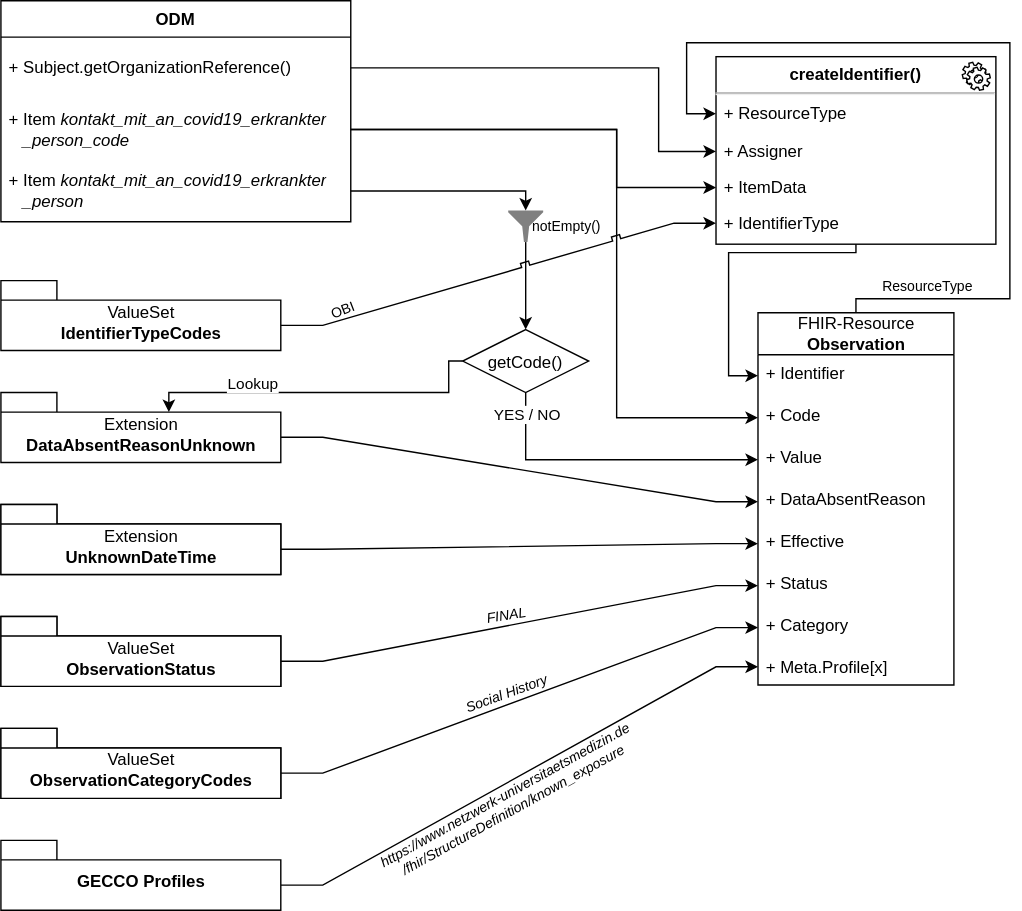
This is docs/diagrams/svg/epidemiological_factors/KnownExposure.svg from num-codex/odm2fhir, a draw.io export, as it was before one commit. Source tidied: cells renumbered, new cells last; positions are measured from the earlier drawing's top-left corner, leaving out a move shared by most shapes.
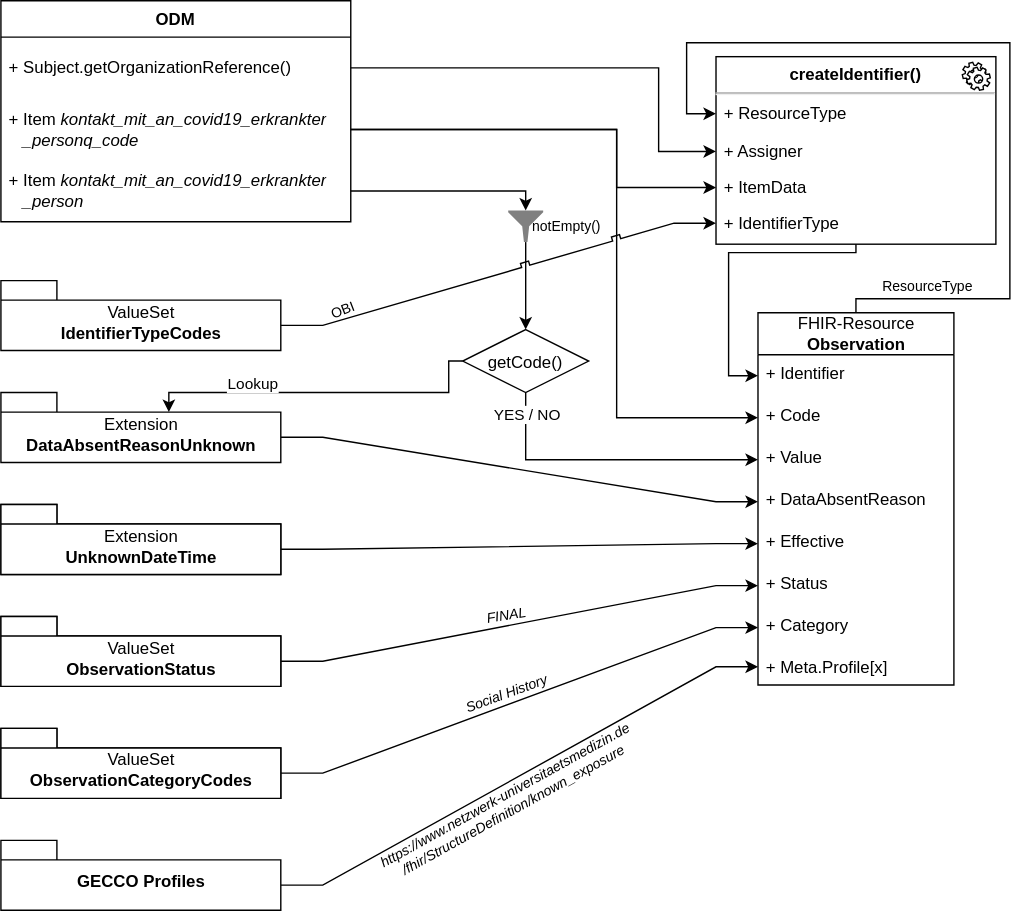
After the change.

Change to the diagram source:
```diff
@@ -65,7 +65,7 @@
     <mxCell id="18" value="+ Subject.getOrganizationReference()" style="text;strokeColor=none;fillColor=none;align=left;verticalAlign=middle;spacingLeft=4;spacingRight=4;overflow=hidden;points=[[0,0.5],[1,0.5]];portConstraint=eastwest;fontStyle=0;whiteSpace=wrap;html=1;" parent="17" vertex="1">
       <mxGeometry y="26" width="250" height="44" as="geometry" />
     </mxCell>
-    <mxCell id="19" value="+ Item&amp;nbsp;&lt;i&gt;kontakt_mit_an_covid19_erkrankter&lt;br&gt;&amp;nbsp; &amp;nbsp;_person&lt;/i&gt;&lt;i&gt;_code&lt;/i&gt;" style="text;strokeColor=none;fillColor=none;align=left;verticalAlign=middle;spacingLeft=4;spacingRight=4;overflow=hidden;points=[[0,0.5],[1,0.5]];portConstraint=eastwest;fontStyle=0;whiteSpace=wrap;html=1;" parent="17" vertex="1">
+    <mxCell id="19" value="+ Item&amp;nbsp;&lt;i&gt;kontakt_mit_an_covid19_erkrankter&lt;br&gt;&amp;nbsp; &amp;nbsp;_personq&lt;/i&gt;&lt;i&gt;_code&lt;/i&gt;" style="text;strokeColor=none;fillColor=none;align=left;verticalAlign=middle;spacingLeft=4;spacingRight=4;overflow=hidden;points=[[0,0.5],[1,0.5]];portConstraint=eastwest;fontStyle=0;whiteSpace=wrap;html=1;" parent="17" vertex="1">
       <mxGeometry y="70" width="250" height="44" as="geometry" />
     </mxCell>
     <mxCell id="20" value="+ Item&amp;nbsp;&lt;i&gt;kontakt_mit_an_covid19_erkrankter&lt;br&gt;&amp;nbsp; &amp;nbsp;_person&lt;/i&gt;" style="text;strokeColor=none;fillColor=none;align=left;verticalAlign=middle;spacingLeft=4;spacingRight=4;overflow=hidden;points=[[0,0.5],[1,0.5]];portConstraint=eastwest;fontStyle=0;whiteSpace=wrap;html=1;" parent="17" vertex="1">
```
